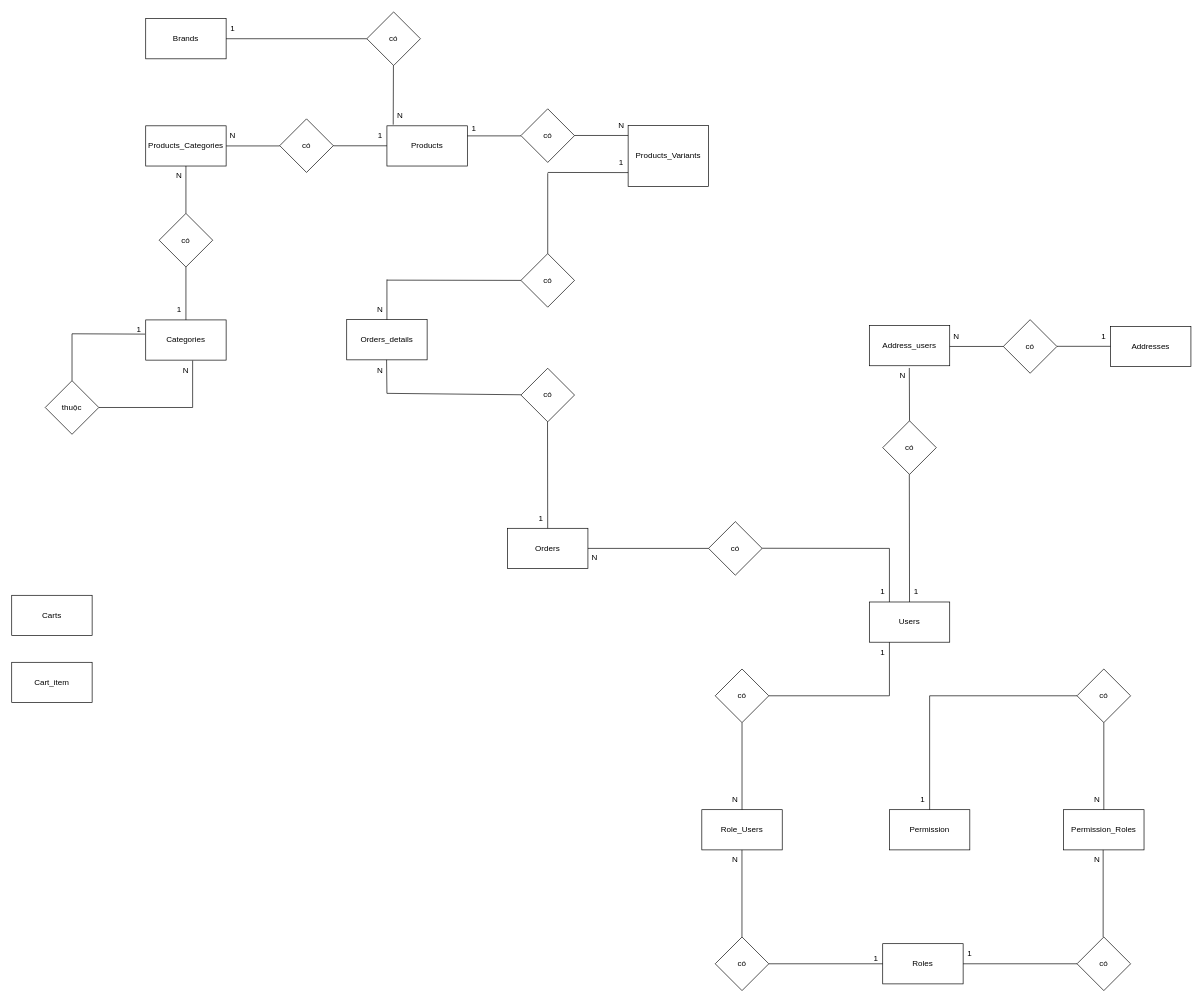
Before: database/db_shopco.drawio in khahnm04/e-commerce, a draw.io diagram. Source tidied: cells renumbered, new cells numbered last; positions are measured from the earlier drawing's top-left corner, leaving out a move shared by most shapes. Both pictures are drawn from the tidied source at 67%, with x=0, y=0 at pixel (11, 11).
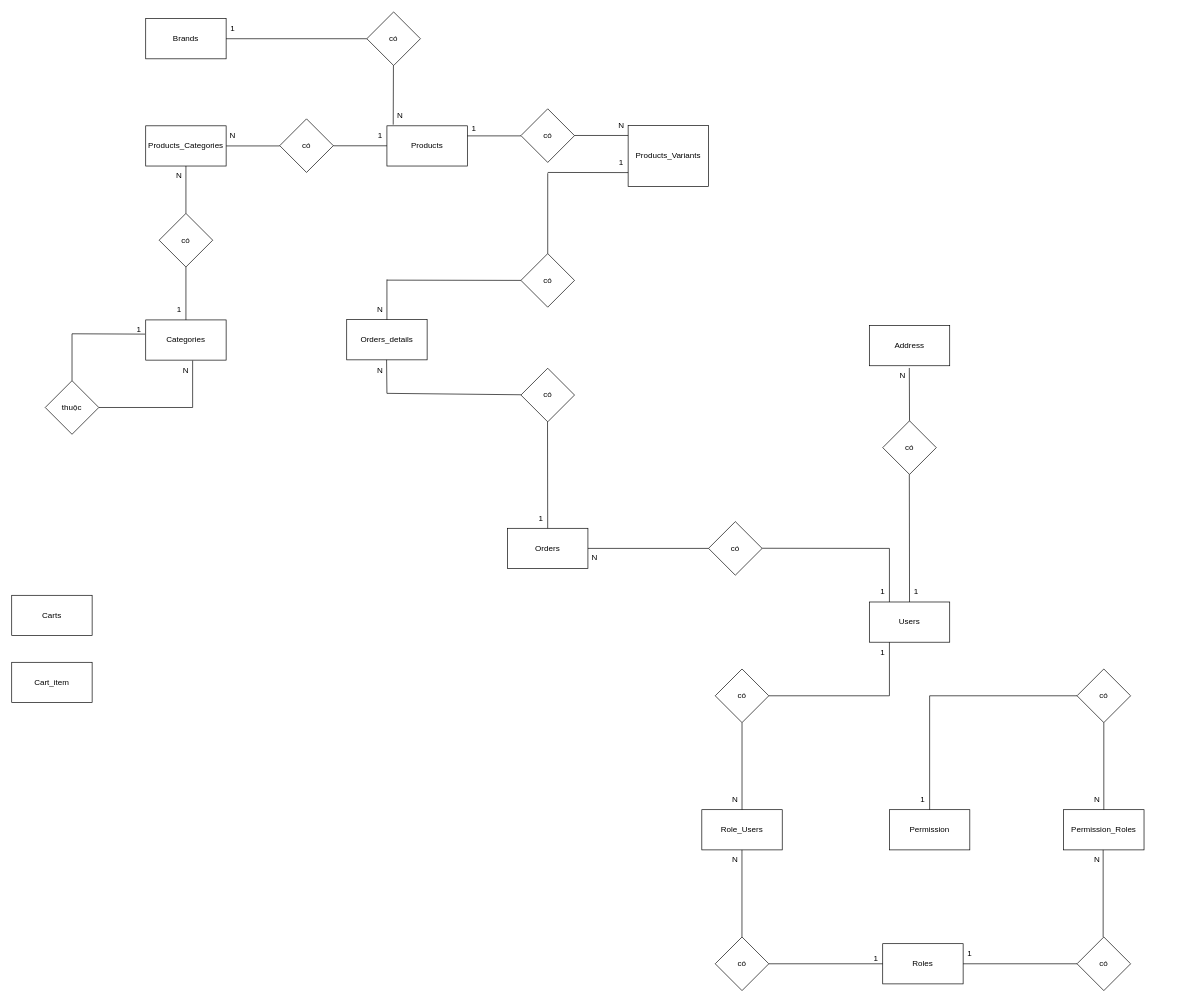
After the change.

Diff of the diagram source:
```diff
@@
-    <mxCell id="16" value="Address_users" style="rounded=0;whiteSpace=wrap;html=1;" parent="1" vertex="1">
+    <mxCell id="16" value="Address" style="rounded=0;whiteSpace=wrap;html=1;" parent="1" vertex="1">
       <mxGeometry x="1280" y="468.4" width="120" height="60" as="geometry" />
     </mxCell>
@@
-    <mxCell id="53" value="Addresses" style="rounded=0;whiteSpace=wrap;html=1;" parent="1" vertex="1">
-      <mxGeometry x="1640" y="469.6" width="120" height="60" as="geometry" />
-    </mxCell>
-    <mxCell id="54" value="có" style="rhombus;whiteSpace=wrap;html=1;" parent="1" vertex="1">
-      <mxGeometry x="1480" y="459.6" width="80" height="80" as="geometry" />
-    </mxCell>
-    <mxCell id="55" style="endArrow=none;html=1;rounded=0;exitX=1;exitY=0.5;exitDx=0;exitDy=0;entryX=0;entryY=0.5;entryDx=0;entryDy=0;" parent="1" edge="1" target="54">
-      <mxGeometry relative="1" as="geometry">
-        <mxPoint x="1400" y="499.6" as="sourcePoint" />
-      </mxGeometry>
-    </mxCell>
-    <mxCell id="56" style="endArrow=none;html=1;rounded=0;exitX=1;exitY=0.5;exitDx=0;exitDy=0;entryX=0;entryY=0.5;entryDx=0;entryDy=0;" parent="1" edge="1">
-      <mxGeometry relative="1" as="geometry">
-        <mxPoint x="1560" y="499.4" as="sourcePoint" />
-        <mxPoint x="1640" y="499.4" as="targetPoint" />
-      </mxGeometry>
-    </mxCell>
-    <mxCell id="57" value="1" style="text;html=1;align=center;verticalAlign=middle;whiteSpace=wrap;rounded=0;" parent="1" vertex="1">
-      <mxGeometry x="1600" y="469.6" width="60" height="30" as="geometry" />
-    </mxCell>
-    <mxCell id="58" value="N" style="text;html=1;align=center;verticalAlign=middle;whiteSpace=wrap;rounded=0;" parent="1" vertex="1">
-      <mxGeometry x="1380" y="469.6" width="60" height="30" as="geometry" />
-    </mxCell>
```
